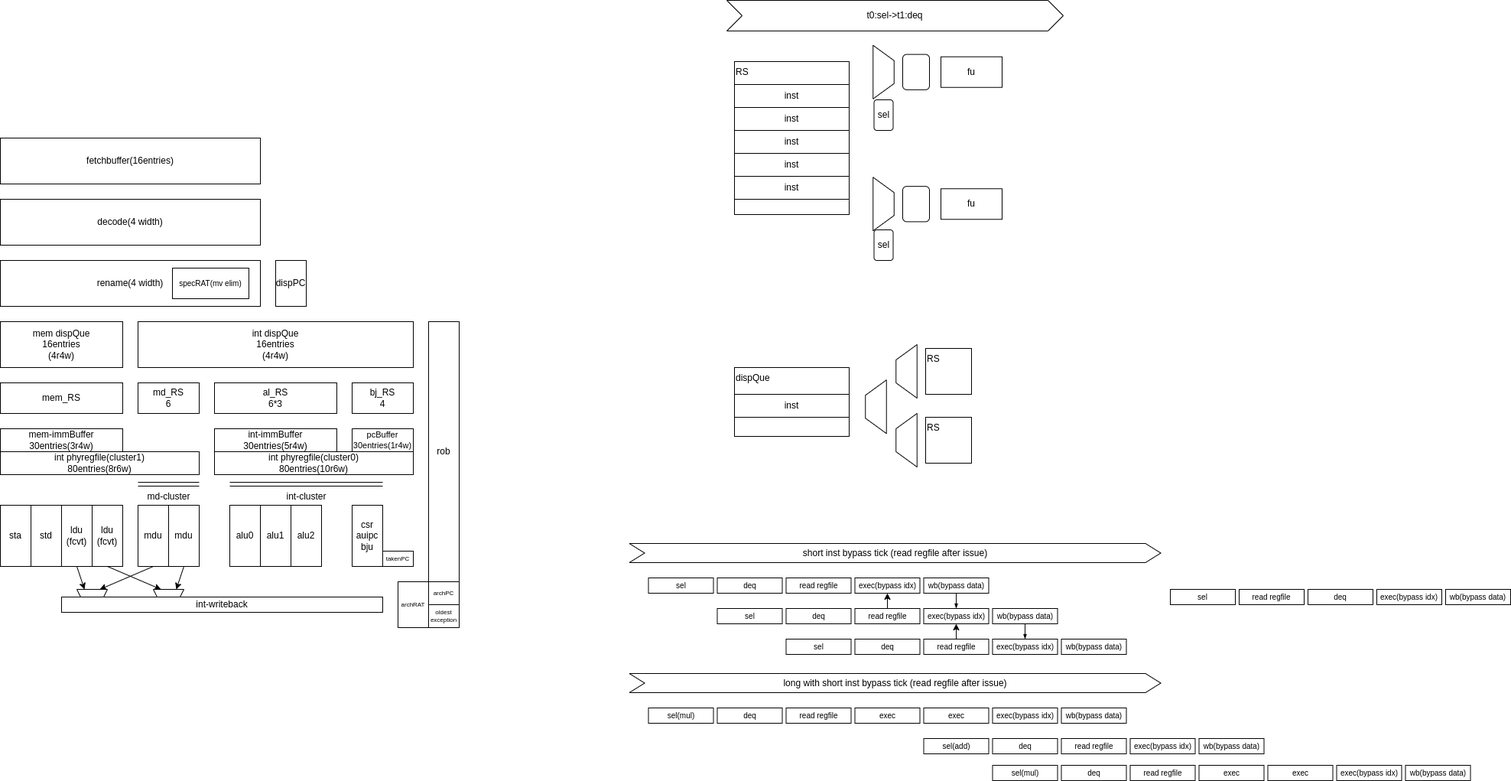
tastynoob/aura-core keeps this draw.io diagram as aura-arch.drawio.png. Above is the earlier version. Source tidied: cells renumbered, new cells last; positions are measured from the earlier drawing's top-left corner, leaving out a move shared by most shapes.
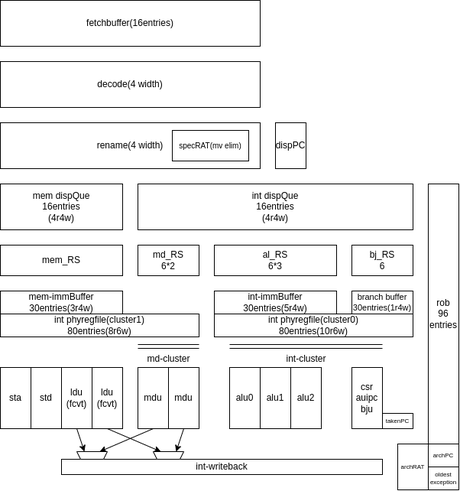
Above is the later version.

What changed in the source:
```diff
@@ -5,7 +5,7 @@
     <mxCell id="2" value="int dispQue&lt;br&gt;16entries&lt;br&gt;(4r4w)" style="rounded=0;whiteSpace=wrap;html=1;align=center;verticalAlign=middle;" parent="1" vertex="1">
       <mxGeometry x="180" y="420" width="360" height="60" as="geometry" />
     </mxCell>
-    <mxCell id="3" value="md_RS&lt;br&gt;6" style="rounded=0;whiteSpace=wrap;html=1;align=center;verticalAlign=middle;" parent="1" vertex="1">
+    <mxCell id="3" value="md_RS&lt;br&gt;6*2" style="rounded=0;whiteSpace=wrap;html=1;align=center;verticalAlign=middle;" parent="1" vertex="1">
       <mxGeometry x="180" y="500" width="80" height="40" as="geometry" />
     </mxCell>
     <mxCell id="4" value="mem_RS" style="rounded=0;whiteSpace=wrap;html=1;align=center;verticalAlign=middle;" parent="1" vertex="1">
@@ -32,138 +32,12 @@
     <mxCell id="11" value="al_RS&lt;br&gt;6*3" style="rounded=0;whiteSpace=wrap;html=1;align=center;verticalAlign=middle;" parent="1" vertex="1">
       <mxGeometry x="280" y="500" width="160" height="40" as="geometry" />
     </mxCell>
-    <mxCell id="12" value="bj_RS&lt;br&gt;4" style="rounded=0;whiteSpace=wrap;html=1;align=center;verticalAlign=middle;" parent="1" vertex="1">
+    <mxCell id="12" value="bj_RS&lt;br&gt;6" style="rounded=0;whiteSpace=wrap;html=1;align=center;verticalAlign=middle;" parent="1" vertex="1">
       <mxGeometry x="460" y="500" width="80" height="40" as="geometry" />
     </mxCell>
     <mxCell id="13" value="csr&lt;br&gt;auipc&lt;br&gt;bju" style="rounded=0;whiteSpace=wrap;html=1;" parent="1" vertex="1">
       <mxGeometry x="460" y="660" width="40" height="80" as="geometry" />
     </mxCell>
-    <mxCell id="14" value="fu" style="rounded=0;whiteSpace=wrap;html=1;" parent="1" vertex="1">
-      <mxGeometry x="1230" y="73.8" width="80" height="40" as="geometry" />
-    </mxCell>
-    <mxCell id="15" value="RS" style="rounded=0;whiteSpace=wrap;html=1;align=left;verticalAlign=top;" parent="1" vertex="1">
-      <mxGeometry x="960" y="80" width="150" height="200" as="geometry" />
-    </mxCell>
-    <mxCell id="16" value="inst" style="rounded=0;whiteSpace=wrap;html=1;" parent="1" vertex="1">
-      <mxGeometry x="960" y="110" width="150" height="30" as="geometry" />
-    </mxCell>
-    <mxCell id="17" value="inst" style="rounded=0;whiteSpace=wrap;html=1;" parent="1" vertex="1">
-      <mxGeometry x="960" y="140" width="150" height="30" as="geometry" />
-    </mxCell>
-    <mxCell id="18" value="inst" style="rounded=0;whiteSpace=wrap;html=1;" parent="1" vertex="1">
-      <mxGeometry x="960" y="170" width="150" height="30" as="geometry" />
-    </mxCell>
-    <mxCell id="19" value="inst" style="rounded=0;whiteSpace=wrap;html=1;" parent="1" vertex="1">
-      <mxGeometry x="960" y="200" width="150" height="30" as="geometry" />
-    </mxCell>
-    <mxCell id="20" value="inst" style="rounded=0;whiteSpace=wrap;html=1;" parent="1" vertex="1">
-      <mxGeometry x="960" y="230" width="150" height="30" as="geometry" />
-    </mxCell>
-    <mxCell id="21" style="shape=trapezoid;perimeter=trapezoidPerimeter;whiteSpace=wrap;html=1;fixedSize=1;rotation=90;" parent="1" vertex="1">
-      <mxGeometry x="1120" y="80" width="70" height="27.5" as="geometry" />
-    </mxCell>
-    <mxCell id="22" value="fu" style="rounded=0;whiteSpace=wrap;html=1;" parent="1" vertex="1">
-      <mxGeometry x="1230" y="246.2" width="80" height="40" as="geometry" />
-    </mxCell>
-    <mxCell id="23" style="shape=trapezoid;perimeter=trapezoidPerimeter;whiteSpace=wrap;html=1;fixedSize=1;rotation=90;" parent="1" vertex="1">
-      <mxGeometry x="1120" y="252.5" width="70" height="27.5" as="geometry" />
-    </mxCell>
-    <mxCell id="24" value="sel" style="rounded=1;whiteSpace=wrap;html=1;" parent="1" vertex="1">
-      <mxGeometry x="1142.5" y="130" width="25" height="40" as="geometry" />
-    </mxCell>
-    <mxCell id="25" value="t0:sel-&amp;gt;t1:deq" style="shape=step;perimeter=stepPerimeter;whiteSpace=wrap;html=1;fixedSize=1;" parent="1" vertex="1">
-      <mxGeometry x="950" width="440" height="40" as="geometry" />
-    </mxCell>
-    <mxCell id="26" style="rounded=1;whiteSpace=wrap;html=1;" parent="1" vertex="1">
-      <mxGeometry x="1180" y="70.6" width="35" height="46.2" as="geometry" />
-    </mxCell>
-    <mxCell id="27" style="rounded=1;whiteSpace=wrap;html=1;" parent="1" vertex="1">
-      <mxGeometry x="1180" y="243.1" width="35" height="46.2" as="geometry" />
-    </mxCell>
-    <mxCell id="28" value="dispQue" style="rounded=0;whiteSpace=wrap;html=1;align=left;verticalAlign=top;" parent="1" vertex="1">
-      <mxGeometry x="960" y="480" width="150" height="90" as="geometry" />
-    </mxCell>
-    <mxCell id="29" value="RS" style="rounded=0;whiteSpace=wrap;html=1;align=left;verticalAlign=top;" parent="1" vertex="1">
-      <mxGeometry x="1210" y="455" width="60" height="60" as="geometry" />
-    </mxCell>
-    <mxCell id="30" value="RS" style="rounded=0;whiteSpace=wrap;html=1;align=left;verticalAlign=top;" parent="1" vertex="1">
-      <mxGeometry x="1210" y="545" width="60" height="60" as="geometry" />
-    </mxCell>
-    <mxCell id="31" value="inst" style="rounded=0;whiteSpace=wrap;html=1;" parent="1" vertex="1">
-      <mxGeometry x="960" y="515" width="150" height="30" as="geometry" />
-    </mxCell>
-    <mxCell id="32" style="shape=trapezoid;perimeter=trapezoidPerimeter;whiteSpace=wrap;html=1;fixedSize=1;rotation=-90;" parent="1" vertex="1">
-      <mxGeometry x="1110" y="517.5" width="70" height="27.5" as="geometry" />
-    </mxCell>
-    <mxCell id="33" value="sel" style="rounded=1;whiteSpace=wrap;html=1;" parent="1" vertex="1">
-      <mxGeometry x="1142.5" y="300" width="25" height="40" as="geometry" />
-    </mxCell>
-    <mxCell id="34" style="shape=trapezoid;perimeter=trapezoidPerimeter;whiteSpace=wrap;html=1;fixedSize=1;rotation=-90;" parent="1" vertex="1">
-      <mxGeometry x="1150" y="471.2" width="70" height="27.5" as="geometry" />
-    </mxCell>
-    <mxCell id="35" style="shape=trapezoid;perimeter=trapezoidPerimeter;whiteSpace=wrap;html=1;fixedSize=1;rotation=-90;" parent="1" vertex="1">
-      <mxGeometry x="1150" y="561.2" width="70" height="27.5" as="geometry" />
-    </mxCell>
-    <mxCell id="36" value="sel" style="rounded=0;whiteSpace=wrap;html=1;fontSize=10;" parent="1" vertex="1">
-      <mxGeometry x="847.5" y="755" width="85" height="20" as="geometry" />
-    </mxCell>
-    <mxCell id="37" value="short inst bypass tick (read regfile after issue)" style="shape=step;perimeter=stepPerimeter;whiteSpace=wrap;html=1;fixedSize=1;" parent="1" vertex="1">
-      <mxGeometry x="822.5" y="710" width="695" height="25" as="geometry" />
-    </mxCell>
-    <mxCell id="38" value="deq" style="rounded=0;whiteSpace=wrap;html=1;fontSize=10;" parent="1" vertex="1">
-      <mxGeometry x="937.5" y="755" width="85" height="20" as="geometry" />
-    </mxCell>
-    <mxCell id="39" value="exec(bypass idx)" style="rounded=0;whiteSpace=wrap;html=1;fontSize=10;" parent="1" vertex="1">
-      <mxGeometry x="1117.5" y="755" width="85" height="20" as="geometry" />
-    </mxCell>
-    <mxCell id="40" style="edgeStyle=none;rounded=0;html=1;entryX=0.5;entryY=0;entryDx=0;entryDy=0;fontSize=10;endArrow=blockThin;endFill=1;endSize=4;" parent="1" edge="1" source="41" target="44">
-      <mxGeometry relative="1" as="geometry" />
-    </mxCell>
-    <mxCell id="41" value="wb(bypass data)" style="rounded=0;whiteSpace=wrap;html=1;fontSize=10;" parent="1" vertex="1">
-      <mxGeometry x="1207.5" y="755" width="85" height="20" as="geometry" />
-    </mxCell>
-    <mxCell id="42" value="sel" style="rounded=0;whiteSpace=wrap;html=1;fontSize=10;" parent="1" vertex="1">
-      <mxGeometry x="937.5" y="795" width="85" height="20" as="geometry" />
-    </mxCell>
-    <mxCell id="43" value="deq" style="rounded=0;whiteSpace=wrap;html=1;fontSize=10;" parent="1" vertex="1">
-      <mxGeometry x="1027.5" y="795" width="85" height="20" as="geometry" />
-    </mxCell>
-    <mxCell id="44" value="exec(bypass idx)" style="rounded=0;whiteSpace=wrap;html=1;fontSize=10;" parent="1" vertex="1">
-      <mxGeometry x="1207.5" y="795" width="85" height="20" as="geometry" />
-    </mxCell>
-    <mxCell id="45" style="edgeStyle=none;rounded=0;html=1;exitX=0.5;exitY=1;exitDx=0;exitDy=0;entryX=0.5;entryY=0;entryDx=0;entryDy=0;fontSize=10;endArrow=blockThin;endFill=1;endSize=4;" parent="1" edge="1" source="46" target="49">
-      <mxGeometry relative="1" as="geometry" />
-    </mxCell>
-    <mxCell id="46" value="wb(bypass data)" style="rounded=0;whiteSpace=wrap;html=1;fontSize=10;" parent="1" vertex="1">
-      <mxGeometry x="1297.5" y="795" width="85" height="20" as="geometry" />
-    </mxCell>
-    <mxCell id="47" value="sel" style="rounded=0;whiteSpace=wrap;html=1;fontSize=10;" parent="1" vertex="1">
-      <mxGeometry x="1027.5" y="835" width="85" height="20" as="geometry" />
-    </mxCell>
-    <mxCell id="48" value="deq" style="rounded=0;whiteSpace=wrap;html=1;fontSize=10;" parent="1" vertex="1">
-      <mxGeometry x="1117.5" y="835" width="85" height="20" as="geometry" />
-    </mxCell>
-    <mxCell id="49" value="exec(bypass idx)" style="rounded=0;whiteSpace=wrap;html=1;fontSize=10;" parent="1" vertex="1">
-      <mxGeometry x="1297.5" y="835" width="85" height="20" as="geometry" />
-    </mxCell>
-    <mxCell id="50" value="wb(bypass data)" style="rounded=0;whiteSpace=wrap;html=1;fontSize=10;" parent="1" vertex="1">
-      <mxGeometry x="1387.5" y="835" width="85" height="20" as="geometry" />
-    </mxCell>
-    <mxCell id="51" value="read regfile" style="rounded=0;whiteSpace=wrap;html=1;fontSize=10;" parent="1" vertex="1">
-      <mxGeometry x="1027.5" y="755" width="85" height="20" as="geometry" />
-    </mxCell>
-    <mxCell id="52" style="edgeStyle=none;html=1;fontSize=11;" parent="1" edge="1" source="53" target="39">
-      <mxGeometry relative="1" as="geometry" />
-    </mxCell>
-    <mxCell id="53" value="read regfile" style="rounded=0;whiteSpace=wrap;html=1;fontSize=10;" parent="1" vertex="1">
-      <mxGeometry x="1117.5" y="795" width="85" height="20" as="geometry" />
-    </mxCell>
-    <mxCell id="54" style="edgeStyle=none;html=1;entryX=0.5;entryY=1;entryDx=0;entryDy=0;fontSize=11;" parent="1" edge="1" source="55" target="44">
-      <mxGeometry relative="1" as="geometry" />
-    </mxCell>
-    <mxCell id="55" value="read regfile" style="rounded=0;whiteSpace=wrap;html=1;fontSize=10;" parent="1" vertex="1">
-      <mxGeometry x="1207.5" y="835" width="85" height="20" as="geometry" />
-    </mxCell>
     <mxCell id="56" style="group;" parent="1" vertex="1">
       <mxGeometry x="180" y="650" width="80" height="80" as="geometry" />
     </mxCell>
@@ -173,7 +47,7 @@
     <mxCell id="58" value="mdu" style="rounded=0;whiteSpace=wrap;html=1;" parent="56" vertex="1">
       <mxGeometry y="10" width="40" height="80" as="geometry" />
     </mxCell>
-    <mxCell id="59" value="pcBuffer&lt;br style=&quot;font-size: 11px;&quot;&gt;30entries(1r4w)" style="rounded=0;whiteSpace=wrap;html=1;align=center;verticalAlign=middle;fontSize=11;" parent="1" vertex="1">
+    <mxCell id="59" value="branch buffer&lt;br style=&quot;font-size: 11px;&quot;&gt;30entries(1r4w)" style="rounded=0;whiteSpace=wrap;html=1;align=center;verticalAlign=middle;fontSize=11;" parent="1" vertex="1">
       <mxGeometry x="460" y="560" width="80" height="30" as="geometry" />
     </mxCell>
     <mxCell id="60" value="int-immBuffer&lt;br&gt;30entries(5r4w)" style="rounded=0;whiteSpace=wrap;html=1;align=center;verticalAlign=middle;" parent="1" vertex="1">
@@ -200,7 +74,7 @@
     <mxCell id="67" value="specRAT(mv elim)" style="rounded=0;whiteSpace=wrap;html=1;align=center;verticalAlign=middle;fontSize=10;" parent="65" vertex="1">
       <mxGeometry x="225" y="10" width="100" height="40" as="geometry" />
     </mxCell>
-    <mxCell id="68" value="rob" style="rounded=0;whiteSpace=wrap;html=1;align=center;verticalAlign=middle;" parent="1" vertex="1">
+    <mxCell id="68" value="rob&lt;br&gt;96&lt;br&gt;entries" style="rounded=0;whiteSpace=wrap;html=1;align=center;verticalAlign=middle;" parent="1" vertex="1">
       <mxGeometry x="560" y="420" width="40" height="340" as="geometry" />
     </mxCell>
     <mxCell id="69" value="takenPC" style="rounded=0;whiteSpace=wrap;html=1;fontSize=8;" parent="1" vertex="1">
@@ -239,81 +113,6 @@
     <mxCell id="80" value="fetchbuffer(16entries)" style="rounded=0;whiteSpace=wrap;html=1;align=center;verticalAlign=middle;" parent="1" vertex="1">
       <mxGeometry y="180" width="340" height="60" as="geometry" />
     </mxCell>
-    <mxCell id="81" value="sel(mul)" style="rounded=0;whiteSpace=wrap;html=1;fontSize=10;" parent="1" vertex="1">
-      <mxGeometry x="847.5" y="925" width="85" height="20" as="geometry" />
-    </mxCell>
-    <mxCell id="82" value="long with short inst bypass tick (read regfile after issue)" style="shape=step;perimeter=stepPerimeter;whiteSpace=wrap;html=1;fixedSize=1;" parent="1" vertex="1">
-      <mxGeometry x="822.5" y="880" width="695" height="25" as="geometry" />
-    </mxCell>
-    <mxCell id="83" value="deq" style="rounded=0;whiteSpace=wrap;html=1;fontSize=10;" parent="1" vertex="1">
-      <mxGeometry x="937.5" y="925" width="85" height="20" as="geometry" />
-    </mxCell>
-    <mxCell id="84" value="exec(bypass idx)" style="rounded=0;whiteSpace=wrap;html=1;fontSize=10;" parent="1" vertex="1">
-      <mxGeometry x="1297.5" y="925" width="85" height="20" as="geometry" />
-    </mxCell>
-    <mxCell id="85" value="wb(bypass data)" style="rounded=0;whiteSpace=wrap;html=1;fontSize=10;" parent="1" vertex="1">
-      <mxGeometry x="1387.5" y="925" width="85" height="20" as="geometry" />
-    </mxCell>
-    <mxCell id="86" value="sel(add)" style="rounded=0;whiteSpace=wrap;html=1;fontSize=10;" parent="1" vertex="1">
-      <mxGeometry x="1207.5" y="965" width="85" height="20" as="geometry" />
-    </mxCell>
-    <mxCell id="87" value="deq" style="rounded=0;whiteSpace=wrap;html=1;fontSize=10;" parent="1" vertex="1">
-      <mxGeometry x="1297.5" y="965" width="85" height="20" as="geometry" />
-    </mxCell>
-    <mxCell id="88" value="exec(bypass idx)" style="rounded=0;whiteSpace=wrap;html=1;fontSize=10;" parent="1" vertex="1">
-      <mxGeometry x="1477.5" y="965" width="85" height="20" as="geometry" />
-    </mxCell>
-    <mxCell id="89" value="wb(bypass data)" style="rounded=0;whiteSpace=wrap;html=1;fontSize=10;" parent="1" vertex="1">
-      <mxGeometry x="1567.5" y="965" width="85" height="20" as="geometry" />
-    </mxCell>
-    <mxCell id="90" value="sel(mul)" style="rounded=0;whiteSpace=wrap;html=1;fontSize=10;" parent="1" vertex="1">
-      <mxGeometry x="1297.5" y="1000" width="85" height="20" as="geometry" />
-    </mxCell>
-    <mxCell id="91" value="deq" style="rounded=0;whiteSpace=wrap;html=1;fontSize=10;" parent="1" vertex="1">
-      <mxGeometry x="1387.5" y="1000" width="85" height="20" as="geometry" />
-    </mxCell>
-    <mxCell id="92" value="exec(bypass idx)" style="rounded=0;whiteSpace=wrap;html=1;fontSize=10;" parent="1" vertex="1">
-      <mxGeometry x="1747.5" y="1000" width="85" height="20" as="geometry" />
-    </mxCell>
-    <mxCell id="93" value="wb(bypass data)" style="rounded=0;whiteSpace=wrap;html=1;fontSize=10;" parent="1" vertex="1">
-      <mxGeometry x="1837.5" y="1000" width="85" height="20" as="geometry" />
-    </mxCell>
-    <mxCell id="94" value="read regfile" style="rounded=0;whiteSpace=wrap;html=1;fontSize=10;" parent="1" vertex="1">
-      <mxGeometry x="1027.5" y="925" width="85" height="20" as="geometry" />
-    </mxCell>
-    <mxCell id="95" value="read regfile" style="rounded=0;whiteSpace=wrap;html=1;fontSize=10;" parent="1" vertex="1">
-      <mxGeometry x="1387.5" y="965" width="85" height="20" as="geometry" />
-    </mxCell>
-    <mxCell id="96" value="read regfile" style="rounded=0;whiteSpace=wrap;html=1;fontSize=10;" parent="1" vertex="1">
-      <mxGeometry x="1477.5" y="1000" width="85" height="20" as="geometry" />
-    </mxCell>
-    <mxCell id="97" value="exec" style="rounded=0;whiteSpace=wrap;html=1;fontSize=10;" parent="1" vertex="1">
-      <mxGeometry x="1117.5" y="925" width="85" height="20" as="geometry" />
-    </mxCell>
-    <mxCell id="98" value="exec" style="rounded=0;whiteSpace=wrap;html=1;fontSize=10;" parent="1" vertex="1">
-      <mxGeometry x="1207.5" y="925" width="85" height="20" as="geometry" />
-    </mxCell>
-    <mxCell id="99" value="exec" style="rounded=0;whiteSpace=wrap;html=1;fontSize=10;" parent="1" vertex="1">
-      <mxGeometry x="1567.5" y="1000" width="85" height="20" as="geometry" />
-    </mxCell>
-    <mxCell id="100" value="exec" style="rounded=0;whiteSpace=wrap;html=1;fontSize=10;" parent="1" vertex="1">
-      <mxGeometry x="1657.5" y="1000" width="85" height="20" as="geometry" />
-    </mxCell>
-    <mxCell id="101" value="sel" style="rounded=0;whiteSpace=wrap;html=1;fontSize=10;" parent="1" vertex="1">
-      <mxGeometry x="1530" y="770" width="85" height="20" as="geometry" />
-    </mxCell>
-    <mxCell id="102" value="deq" style="rounded=0;whiteSpace=wrap;html=1;fontSize=10;" parent="1" vertex="1">
-      <mxGeometry x="1710" y="770" width="85" height="20" as="geometry" />
-    </mxCell>
-    <mxCell id="103" value="exec(bypass idx)" style="rounded=0;whiteSpace=wrap;html=1;fontSize=10;" parent="1" vertex="1">
-      <mxGeometry x="1800" y="770" width="85" height="20" as="geometry" />
-    </mxCell>
-    <mxCell id="104" value="wb(bypass data)" style="rounded=0;whiteSpace=wrap;html=1;fontSize=10;" parent="1" vertex="1">
-      <mxGeometry x="1890" y="770" width="85" height="20" as="geometry" />
-    </mxCell>
-    <mxCell id="105" value="read regfile" style="rounded=0;whiteSpace=wrap;html=1;fontSize=10;" parent="1" vertex="1">
-      <mxGeometry x="1620" y="770" width="85" height="20" as="geometry" />
-    </mxCell>
     <mxCell id="106" style="group;" parent="1" vertex="1">
       <mxGeometry x="300" y="660" width="120" height="80" as="geometry" />
     </mxCell>
```
